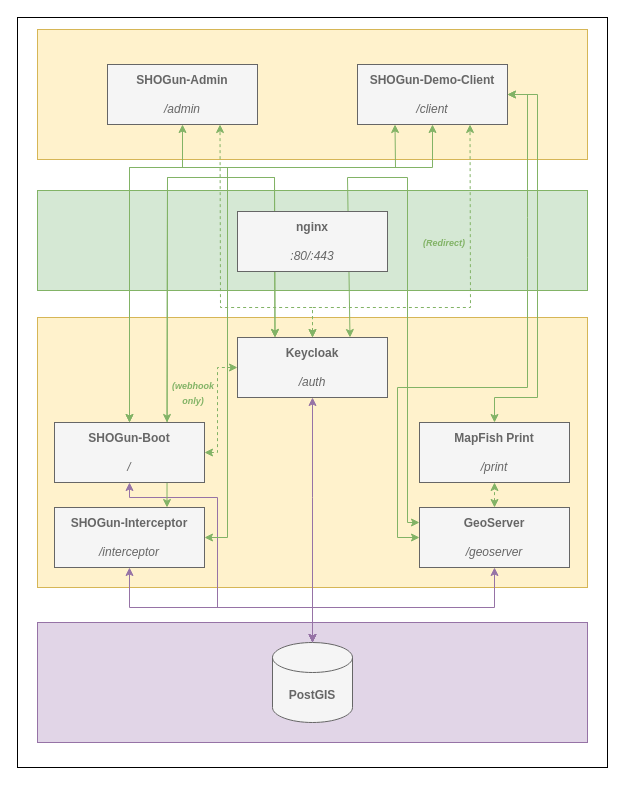
Earlier version of the draw.io diagram docs/components.drawio (terrestris/shogun-docker). Source tidied: cells renumbered, new cells numbered last; positions are measured from the earlier drawing's top-left corner, leaving out a move shared by most shapes. Both pictures are drawn from the tidied source at 100%, with x=0, y=0 at pixel (17, 17).
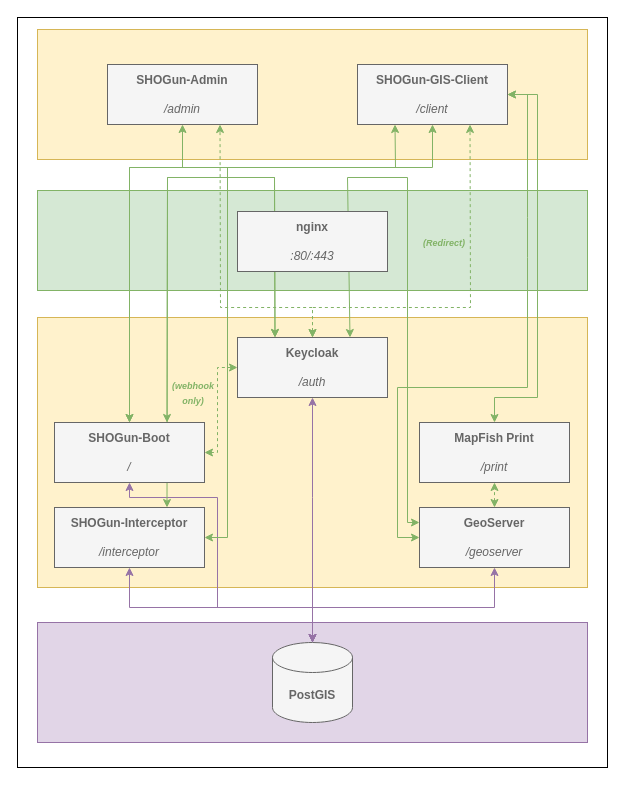
Above is the later version.

Commit message (it also covers changes not shown here):
Rename shogun-demo-client to shogun-gis-client

Change to the diagram source:
```diff
@@
-    <mxCell id="15" value="&lt;font color=&quot;#666666&quot;&gt;&lt;b&gt;SHOGun-Demo-Client&lt;br&gt;&lt;/b&gt;&lt;br&gt;&lt;i&gt;/client&lt;/i&gt;&lt;/font&gt;" style="rounded=0;whiteSpace=wrap;html=1;fillColor=#f5f5f5;fontColor=#333333;strokeColor=#666666;flipH=1;" parent="1" vertex="1">
+    <mxCell id="15" value="&lt;font color=&quot;#666666&quot;&gt;&lt;b&gt;SHOGun-GIS-Client&lt;br&gt;&lt;/b&gt;&lt;br&gt;&lt;i&gt;/client&lt;/i&gt;&lt;/font&gt;" style="rounded=0;whiteSpace=wrap;html=1;fillColor=#f5f5f5;fontColor=#333333;strokeColor=#666666;flipH=1;" parent="1" vertex="1">
       <mxGeometry x="340" y="47" width="150" height="60" as="geometry" />
     </mxCell>
```
